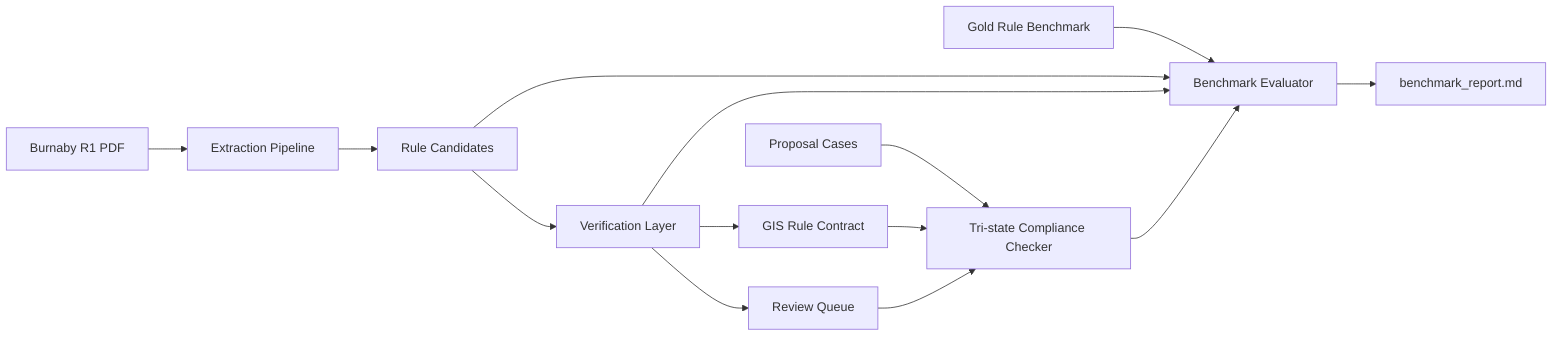
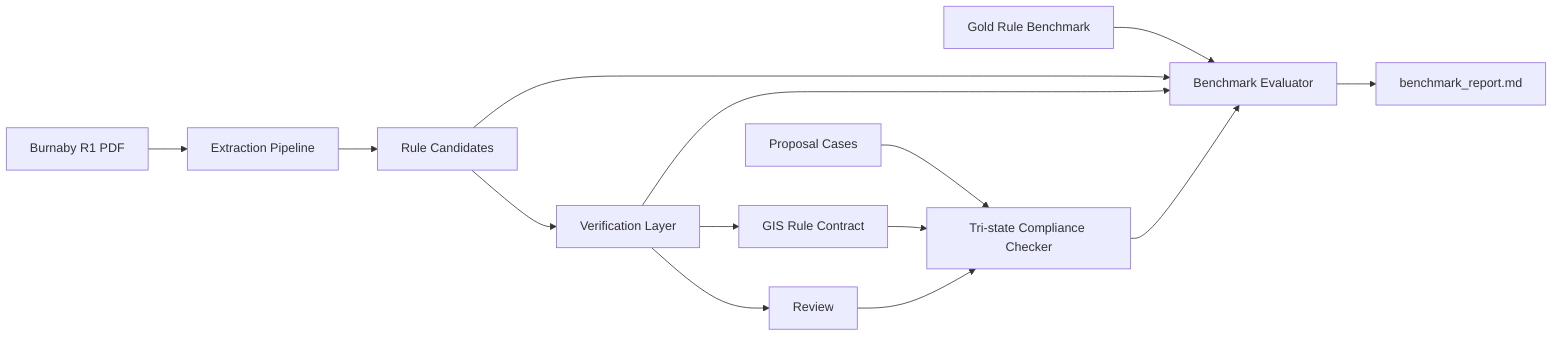
flowchart LR
  A[Burnaby R1 PDF] --> B[Extraction Pipeline]
  B --> C[Rule Candidates]
  C --> D[Verification Layer]
  D --> E[GIS Rule Contract]
-   D --> F[Review Queue]
+   D --> F[Review]
  G[Gold Rule Benchmark] --> H[Benchmark Evaluator]
  C --> H
  D --> H
  I[Proposal Cases] --> J[Tri-state Compliance Checker]
  E --> J
  F --> J
  J --> H
  H --> K[benchmark_report.md]
